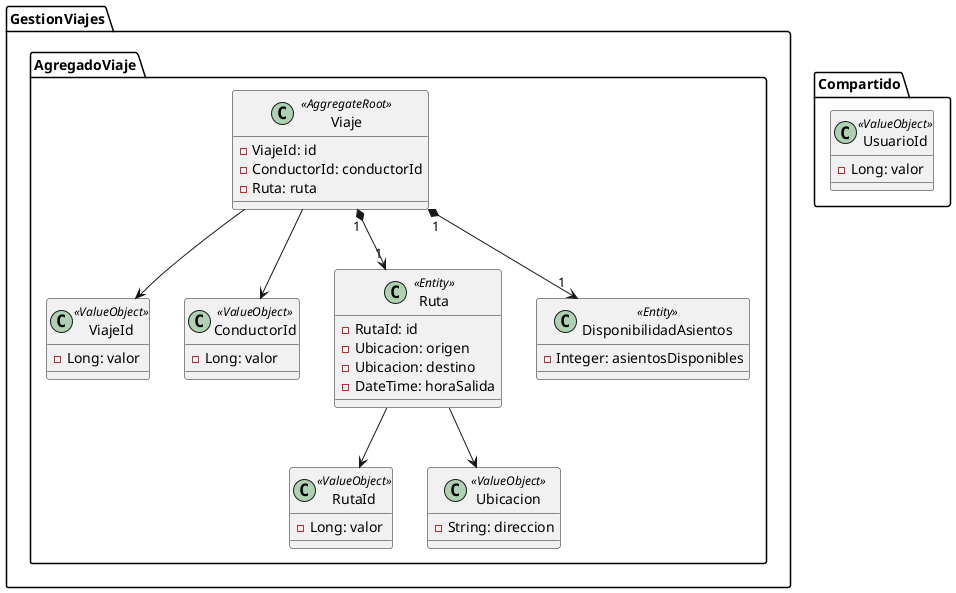
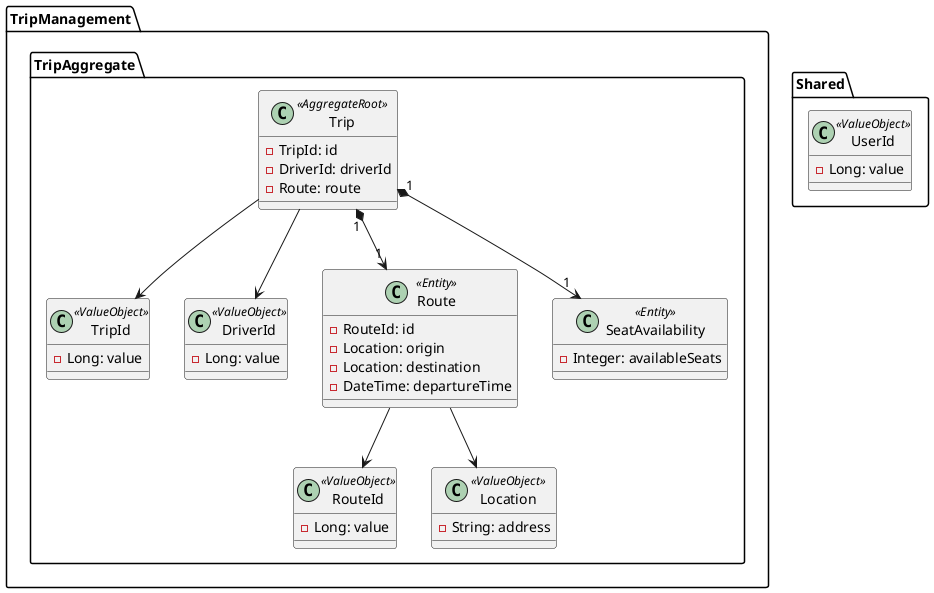
@startuml ""

- package GestionViajes {
+ package TripManagement {

-     package AgregadoViaje {
+     package TripAggregate {

-         class Viaje <<AggregateRoot>> {
-             - ViajeId: id
-             - ConductorId: conductorId
-             - Ruta: ruta
+         class Trip <<AggregateRoot>> {
+             - TripId: id
+             - DriverId: driverId
+             - Route: route
        }

-         class ViajeId <<ValueObject>> {
-             - Long: valor
+         class TripId <<ValueObject>> {
+             - Long: value
        }

-         class ConductorId <<ValueObject>> {
-             - Long: valor
+         class DriverId <<ValueObject>> {
+             - Long: value
        }

-         class Ruta <<Entity>> {
-             - RutaId: id
-             - Ubicacion: origen
-             - Ubicacion: destino
-             - DateTime: horaSalida
+         class Route <<Entity>> {
+             - RouteId: id
+             - Location: origin
+             - Location: destination
+             - DateTime: departureTime
        }

-         class RutaId <<ValueObject>> {
-             - Long: valor
+         class RouteId <<ValueObject>> {
+             - Long: value
        }

-         class Ubicacion <<ValueObject>> {
-             - String: direccion
+         class Location <<ValueObject>> {
+             - String: address
        }

-         class DisponibilidadAsientos <<Entity>> {
-             - Integer: asientosDisponibles
+         class SeatAvailability <<Entity>> {
+             - Integer: availableSeats
        }
    }
}

- package Compartido {
+ package Shared {

-     class UsuarioId <<ValueObject>> {
-         - Long: valor
+     class UserId <<ValueObject>> {
+         - Long: value
    }

}

- Viaje --> ViajeId
- Viaje --> ConductorId
+ Trip --> TripId
+ Trip --> DriverId

- Viaje "1" *--> "1" Ruta
- Viaje "1" *--> "1" DisponibilidadAsientos
+ Trip "1" *--> "1" Route
+ Trip "1" *--> "1" SeatAvailability

- Ruta --> RutaId
- Ruta --> Ubicacion
+ Route --> RouteId
+ Route --> Location

@enduml